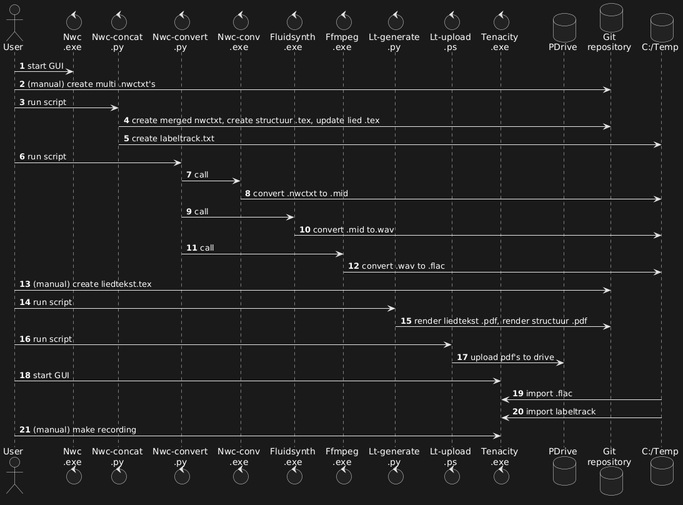
real70discohits/liedteksten-code keeps this PlantUML diagram as project/schema_black.png. Above is the earlier version. Its diagram source:
```plantuml
@startuml
actor       User       as u1
control     "Nwc\n.exe"     as nwc
control     "Nwc-concat\n.py"      as nwconcpy
control     "Nwc-convert\n.py"      as nwconvpy
control     "Nwc-conv\n.exe"  as nwconvexe
control     "Fluidsynth\n.exe"   as fluid
control     "Ffmpeg\n.exe" as ffmpeg
control     "Lt-generate\n.py" as ltgenerate
control     "Lt-upload\n.ps"    as ltupload
control     "Tenacity\n.exe"  as tenacity
database    PDrive as pdrive
database    "Git\nrepository" as repos
database    "C:/Temp" as temp

autonumber
u1 -> nwc : start GUI
u1 -> repos : (manual) create multi .nwctxt's
u1 -> nwconcpy : run script
nwconcpy -> repos : create merged nwctxt, create structuur .tex, update lied .tex
nwconcpy -> temp : create labeltrack.txt
u1 -> nwconvpy : run script
nwconvpy -> nwconvexe : call
nwconvexe -> temp : convert .nwctxt to .mid
nwconvpy -> fluid : call
fluid -> temp : convert .mid to.wav
nwconvpy -> ffmpeg : call
ffmpeg -> temp : convert .wav to .flac
u1 -> repos : (manual) create liedtekst.tex
u1 -> ltgenerate : run script
ltgenerate -> repos : render liedtekst .pdf, render structuur .pdf
u1 -> ltupload : run script
ltupload -> pdrive : upload pdf's to drive
u1 -> tenacity : start GUI
tenacity <- temp : import .flac
tenacity <- temp : import labeltrack
u1 -> tenacity : (manual) make recording
@enduml
```
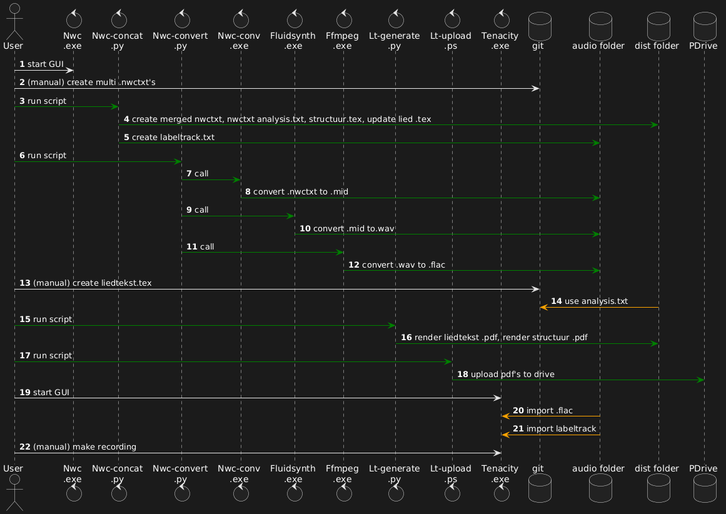
After the commit.

Diff of the diagram source:
```diff
@@ -9,30 +9,32 @@
 control     "Lt-generate\n.py" as ltgenerate
 control     "Lt-upload\n.ps"    as ltupload
 control     "Tenacity\n.exe"  as tenacity
+database    "git" as repos
+database    "audio folder" as audio_output_folder
+database    "dist folder" as dist
 database    PDrive as pdrive
-database    "Git\nrepository" as repos
-database    "C:/Temp" as temp
 
 autonumber
 u1 -> nwc : start GUI
-u1 -> repos : (manual) create multi .nwctxt's
-u1 -> nwconcpy : run script
-nwconcpy -> repos : create merged nwctxt, create structuur .tex, update lied .tex
-nwconcpy -> temp : create labeltrack.txt
-u1 -> nwconvpy : run script
-nwconvpy -> nwconvexe : call
-nwconvexe -> temp : convert .nwctxt to .mid
-nwconvpy -> fluid : call
-fluid -> temp : convert .mid to.wav
-nwconvpy -> ffmpeg : call
-ffmpeg -> temp : convert .wav to .flac
-u1 -> repos : (manual) create liedtekst.tex
-u1 -> ltgenerate : run script
-ltgenerate -> repos : render liedtekst .pdf, render structuur .pdf
-u1 -> ltupload : run script
-ltupload -> pdrive : upload pdf's to drive
+u1 -> repos: (manual) create multi .nwctxt's
+u1 -[#green]> nwconcpy : run script
+nwconcpy -[#green]> dist: create merged nwctxt, nwctxt analysis.txt, structuur.tex, update lied .tex
+nwconcpy -[#green]> audio_output_folder: create labeltrack.txt
+u1 -[#green]> nwconvpy : run script
+nwconvpy -[#green]> nwconvexe : call
+nwconvexe -[#green]> audio_output_folder: convert .nwctxt to .mid
+nwconvpy -[#green]> fluid : call
+fluid -[#green]> audio_output_folder: convert .mid to.wav
+nwconvpy -[#green]> ffmpeg : call
+ffmpeg -[#green]> audio_output_folder: convert .wav to .flac
+u1 -> repos: (manual) create liedtekst.tex
+dist -[#orange]> repos: use analysis.txt
+u1 -[#green]> ltgenerate : run script
+ltgenerate -[#green]> dist: render liedtekst .pdf, render structuur .pdf
+u1 -[#green]> ltupload : run script
+ltupload -[#green]> pdrive : upload pdf's to drive
 u1 -> tenacity : start GUI
-tenacity <- temp : import .flac
-tenacity <- temp : import labeltrack
+tenacity <[#orange]- audio_output_folder: import .flac
+tenacity <[#orange]- audio_output_folder: import labeltrack
 u1 -> tenacity : (manual) make recording
 @enduml
```
